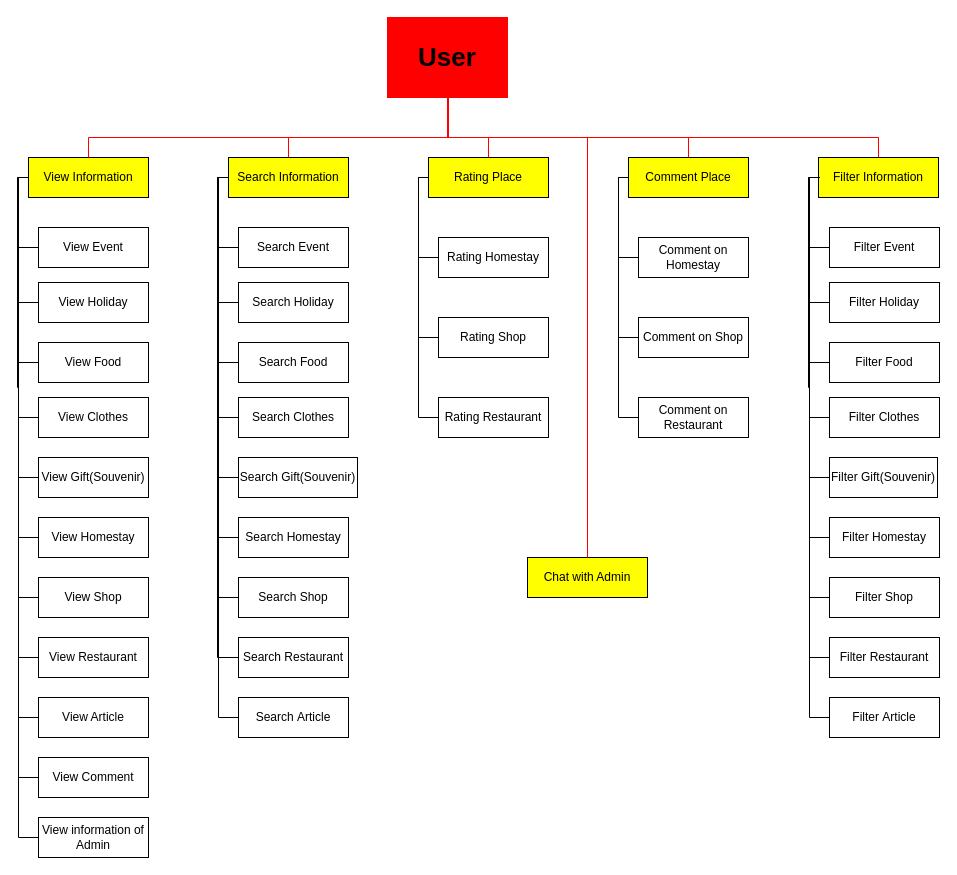
Before: First Prototype/VisitVietnamUserFunctional.drawio in KhoaDQ/VisitVietnamRepo, a draw.io diagram. Source tidied: cells renumbered, new cells numbered last; positions are measured from the earlier drawing's top-left corner, leaving out a move shared by most shapes. Both pictures are drawn from the tidied source at 100%, with x=0, y=0 at pixel (17, 17).
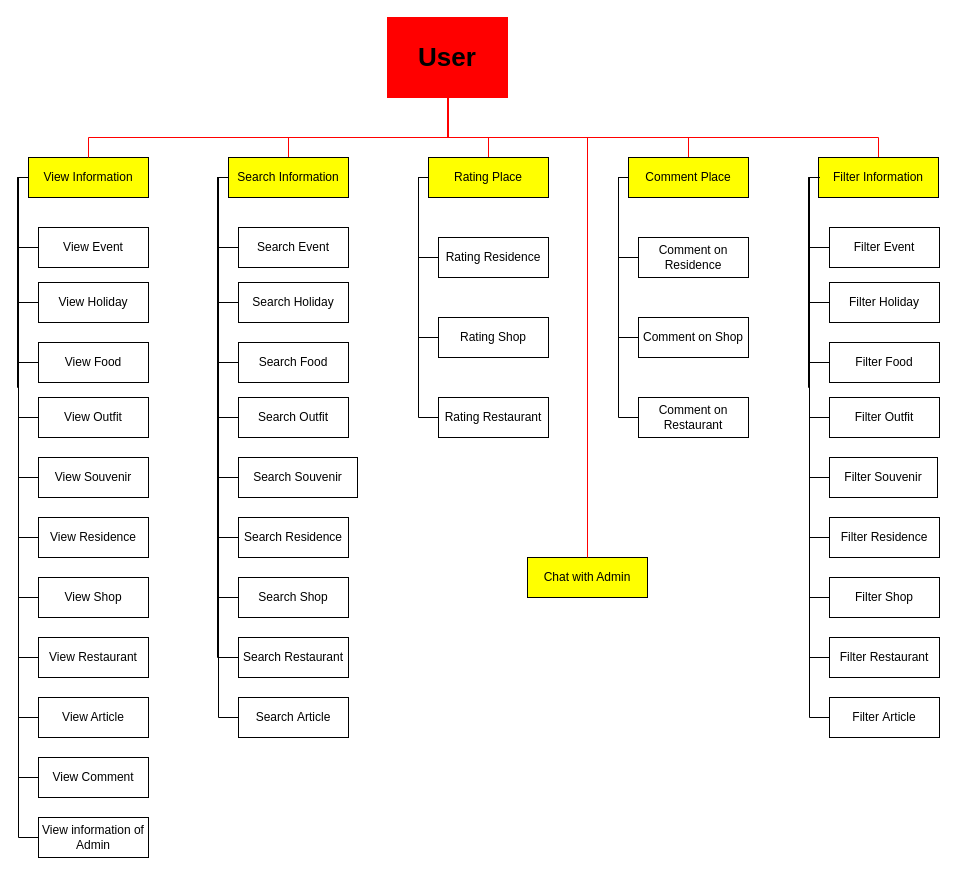
After the change.

The edit, as a diff of the source:
```diff
@@
-    <mxCell id="21" value="View Clothes" style="rounded=0;whiteSpace=wrap;html=1;" parent="1" vertex="1">
+    <mxCell id="21" value="View Outfit" style="rounded=0;whiteSpace=wrap;html=1;" parent="1" vertex="1">
       <mxGeometry x="21" y="380" width="110" height="40" as="geometry" />
     </mxCell>
@@
-    <mxCell id="23" value="Rating Homestay" style="rounded=0;whiteSpace=wrap;html=1;" parent="1" vertex="1">
+    <mxCell id="23" value="Rating Residence" style="rounded=0;whiteSpace=wrap;html=1;" parent="1" vertex="1">
       <mxGeometry x="421" y="220" width="110" height="40" as="geometry" />
     </mxCell>
@@
-    <mxCell id="30" value="Comment on Homestay" style="rounded=0;whiteSpace=wrap;html=1;" parent="1" vertex="1">
+    <mxCell id="30" value="Comment on Residence" style="rounded=0;whiteSpace=wrap;html=1;" parent="1" vertex="1">
       <mxGeometry x="621" y="220" width="110" height="40" as="geometry" />
     </mxCell>
@@
-    <mxCell id="38" value="View Gift(Souvenir)" style="rounded=0;whiteSpace=wrap;html=1;" parent="1" vertex="1">
+    <mxCell id="38" value="View Souvenir" style="rounded=0;whiteSpace=wrap;html=1;" parent="1" vertex="1">
       <mxGeometry x="21" y="440" width="110" height="40" as="geometry" />
     </mxCell>
@@
-    <mxCell id="44" value="View Homestay" style="rounded=0;whiteSpace=wrap;html=1;" parent="1" vertex="1">
+    <mxCell id="44" value="View Residence" style="rounded=0;whiteSpace=wrap;html=1;" parent="1" vertex="1">
       <mxGeometry x="21" y="500" width="110" height="40" as="geometry" />
     </mxCell>
@@
-    <mxCell id="59" value="Search&amp;nbsp;Clothes" style="rounded=0;whiteSpace=wrap;html=1;" parent="1" vertex="1">
+    <mxCell id="59" value="Search&amp;nbsp;Outfit" style="rounded=0;whiteSpace=wrap;html=1;" parent="1" vertex="1">
       <mxGeometry x="221" y="380" width="110" height="40" as="geometry" />
     </mxCell>
-    <mxCell id="60" value="Search&amp;nbsp;Gift(Souvenir)" style="rounded=0;whiteSpace=wrap;html=1;" parent="1" vertex="1">
+    <mxCell id="60" value="Search Souvenir" style="rounded=0;whiteSpace=wrap;html=1;" parent="1" vertex="1">
       <mxGeometry x="221" y="440" width="119" height="40" as="geometry" />
     </mxCell>
@@
-    <mxCell id="64" value="Search Homestay" style="rounded=0;whiteSpace=wrap;html=1;" parent="1" vertex="1">
+    <mxCell id="64" value="Search Residence" style="rounded=0;whiteSpace=wrap;html=1;" parent="1" vertex="1">
       <mxGeometry x="221" y="500" width="110" height="40" as="geometry" />
     </mxCell>
@@
-    <mxCell id="77" value="Filter&amp;nbsp;Clothes" style="rounded=0;whiteSpace=wrap;html=1;" parent="1" vertex="1">
+    <mxCell id="77" value="Filter Outfit" style="rounded=0;whiteSpace=wrap;html=1;" parent="1" vertex="1">
       <mxGeometry x="812" y="380" width="110" height="40" as="geometry" />
     </mxCell>
-    <mxCell id="78" value="Filter&amp;nbsp;Gift(Souvenir)" style="rounded=0;whiteSpace=wrap;html=1;" parent="1" vertex="1">
+    <mxCell id="78" value="Filter Souvenir" style="rounded=0;whiteSpace=wrap;html=1;" parent="1" vertex="1">
       <mxGeometry x="812" y="440" width="108" height="40" as="geometry" />
     </mxCell>
@@
-    <mxCell id="82" value="Filter&amp;nbsp;Homestay" style="rounded=0;whiteSpace=wrap;html=1;" parent="1" vertex="1">
+    <mxCell id="82" value="Filter&amp;nbsp;Residence" style="rounded=0;whiteSpace=wrap;html=1;" parent="1" vertex="1">
       <mxGeometry x="812" y="500" width="110" height="40" as="geometry" />
     </mxCell>
```
